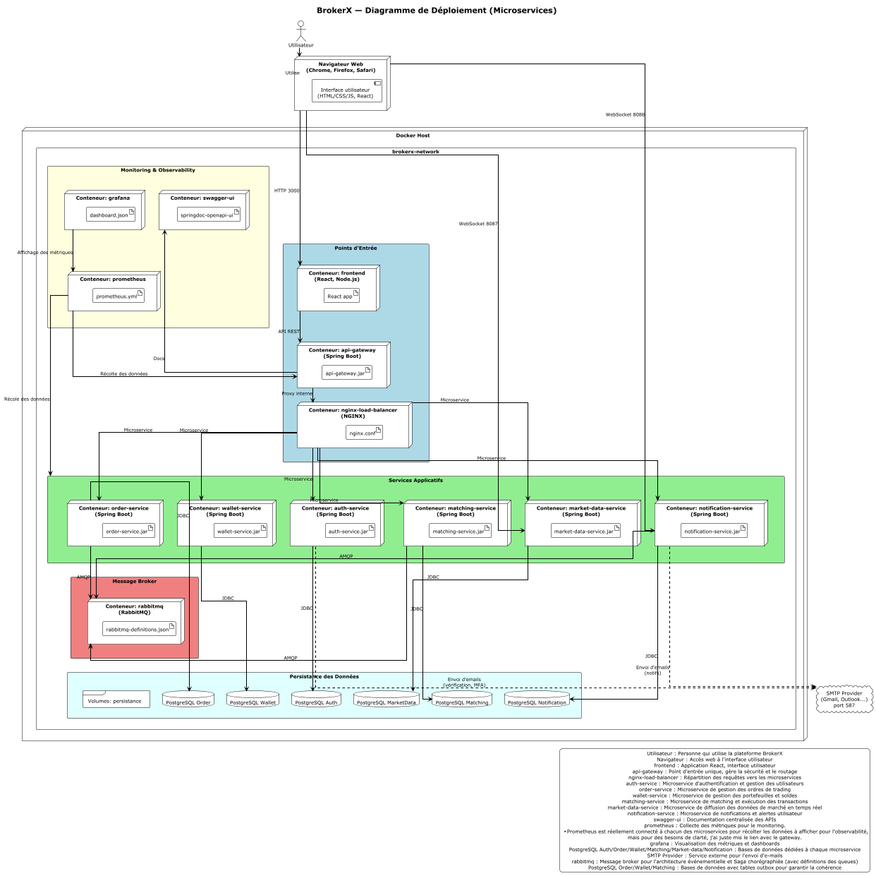
Above: docs/architecture/4+1/deploymentView/deploymentDiagram.png in Hugo-12341234/BrokerX_MicroServices (PlantUML), before the change.
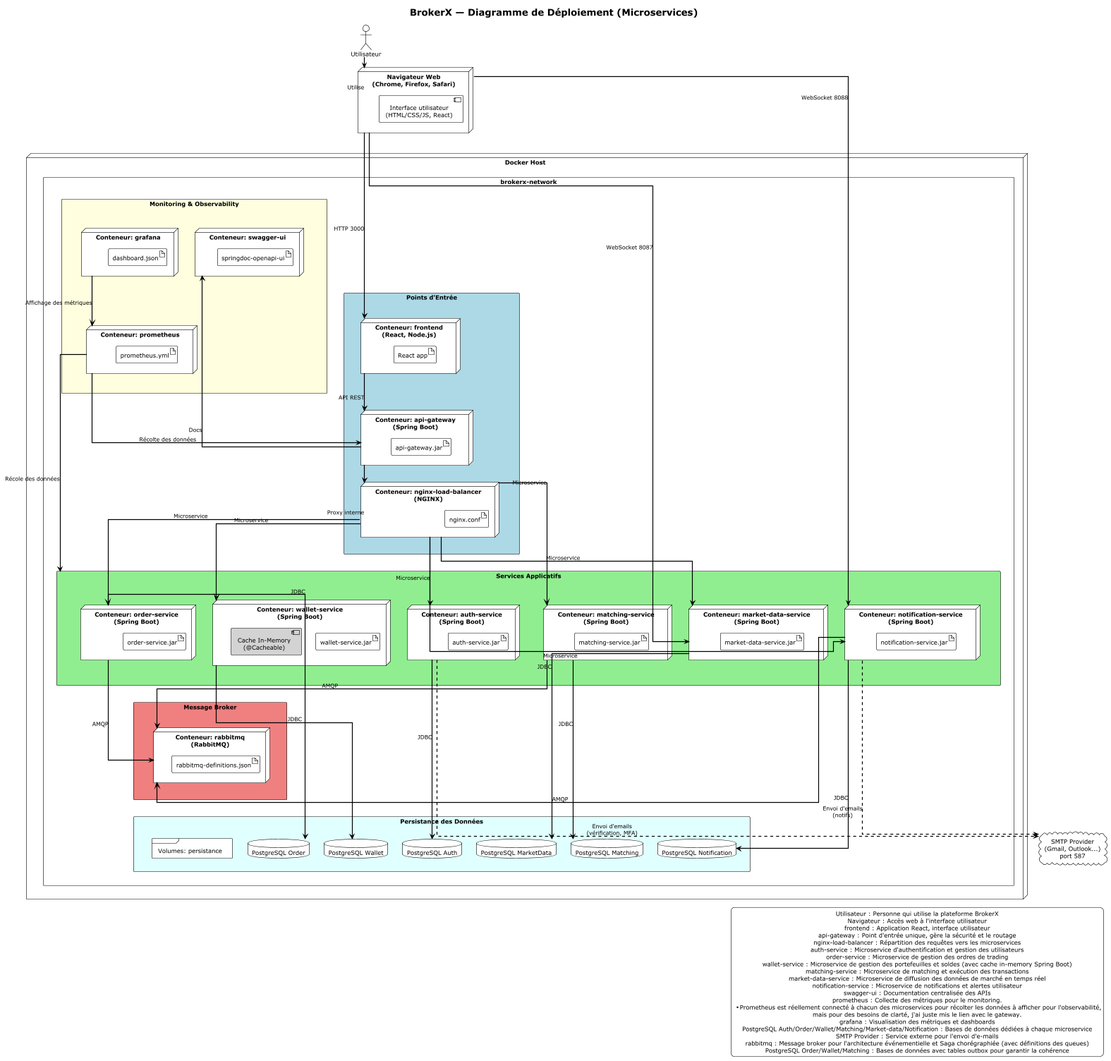
The same file after the commit.

Commit message:
UC05 sequence diagram to be confirmed

The edit, as a diff of the source:
```diff
@@ -60,6 +60,7 @@
 
         node "Conteneur: wallet-service\n(Spring Boot)" as WalletC {
           artifact "wallet-service.jar"
+          component "Cache In-Memory\n(@Cacheable)" as WalletCache #LightGray
         }
       }
 
@@ -155,7 +156,7 @@
 nginx-load-balancer : Répartition des requêtes vers les microservices
 auth-service : Microservice d'authentification et gestion des utilisateurs
 order-service : Microservice de gestion des ordres de trading
-wallet-service : Microservice de gestion des portefeuilles et soldes
+wallet-service : Microservice de gestion des portefeuilles et soldes (avec cache in-memory Spring Boot)
 matching-service : Microservice de matching et exécution des transactions
 market-data-service : Microservice de diffusion des données de marché en temps réel
 notification-service : Microservice de notifications et alertes utilisateur
```
